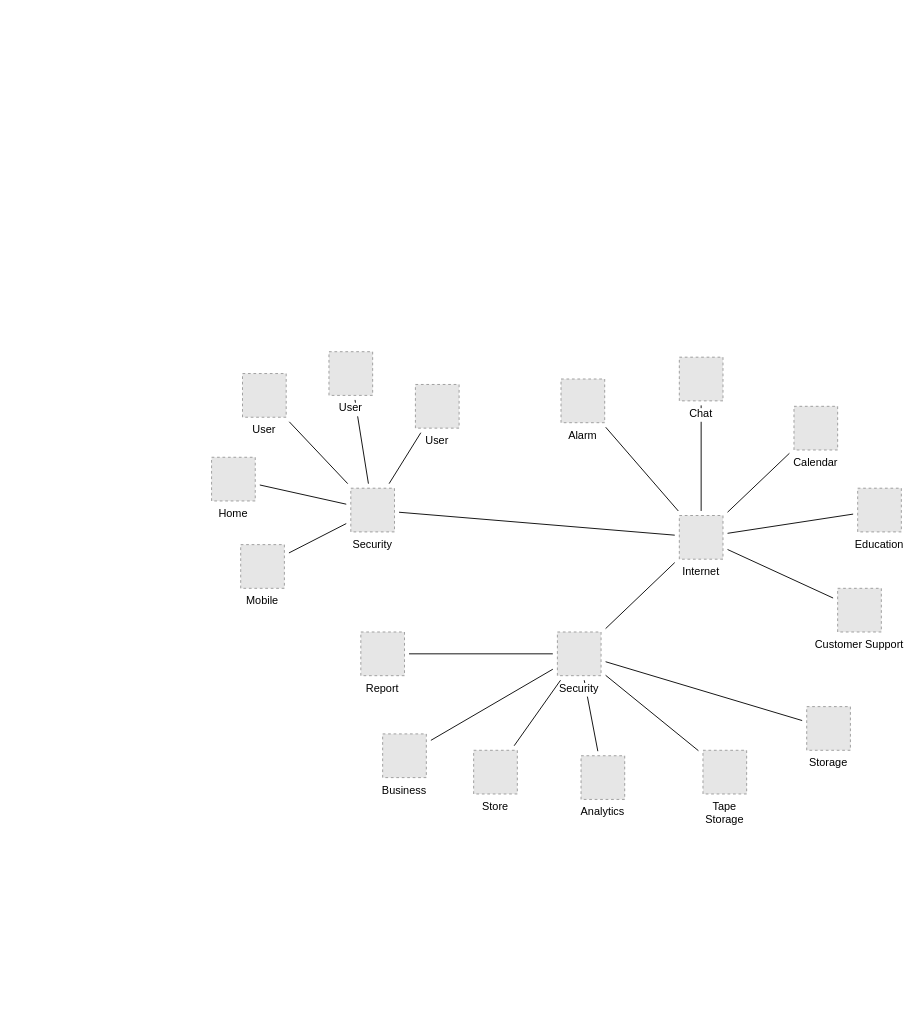
Before: Untitled Diagram.drawio in k5240/temple, a draw.io diagram. Source tidied: cells renumbered, new cells numbered last; positions are measured from the earlier drawing's top-left corner, leaving out a move shared by most shapes. Both pictures are drawn from the tidied source at 91%, with x=0, y=0 at pixel (211, 351). Pictures stored in the file or linked from it are replaced by grey dashed boxes.
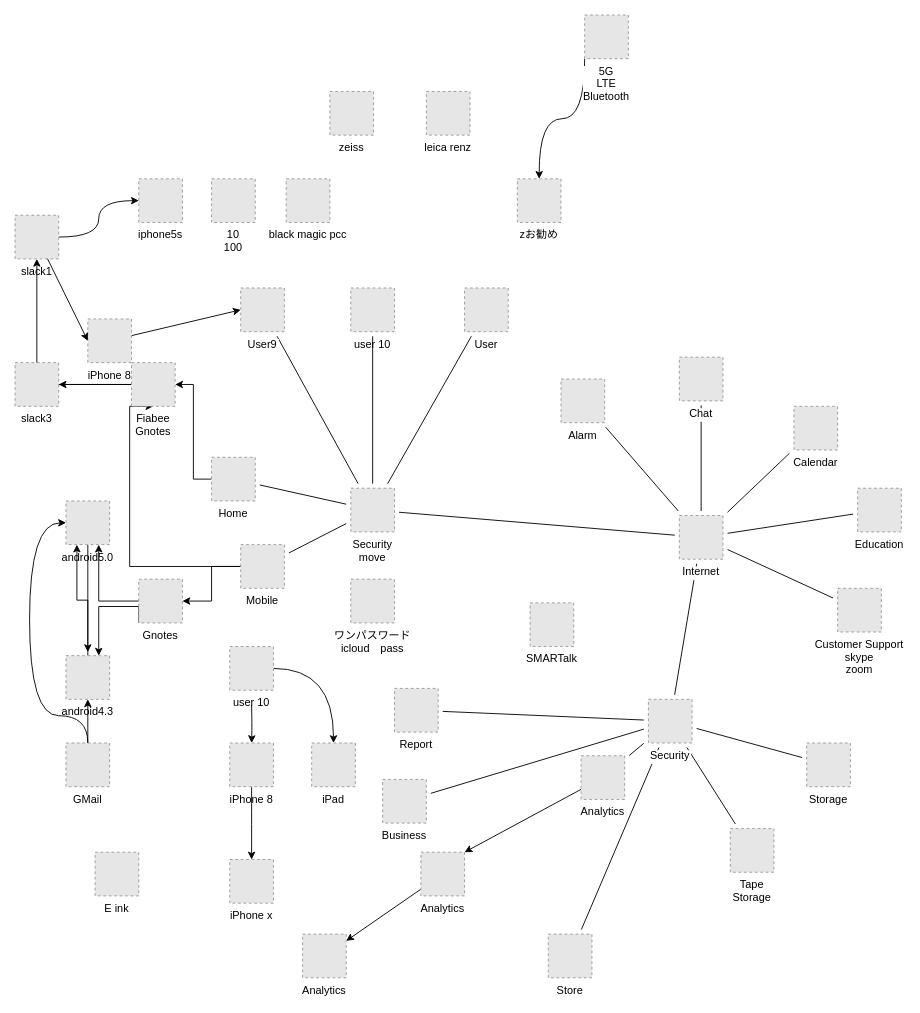
The same diagram, later.

Unchanged cells that the change refers to:
```xml
<mxCell id="21" value="Mobile" style="fillColor=#E6E6E6;strokeColor=#999999;dashed=1;verticalLabelPosition=bottom;verticalAlign=top;labelBackgroundColor=#ffffff;" parent="1" vertex="1">
  <mxGeometry x="32" y="212" width="48" height="48" as="geometry" />
</mxCell>
<mxCell id="24" value="Home" style="fillColor=#E6E6E6;strokeColor=#999999;dashed=1;verticalLabelPosition=bottom;verticalAlign=top;labelBackgroundColor=#ffffff;" parent="1" vertex="1">
  <mxGeometry y="116" width="48" height="48" as="geometry" />
</mxCell>
<mxCell id="33" value="Analytics" style="fillColor=#E6E6E6;strokeColor=#999999;dashed=1;verticalLabelPosition=bottom;verticalAlign=top;labelBackgroundColor=#ffffff;" parent="1" vertex="1">
  <mxGeometry x="406" y="444" width="48" height="48" as="geometry" />
</mxCell>
```

Change to the diagram source:
```diff
@@
-    <mxCell id="13" style="edgeStyle=none;rounded=0;jettySize=auto;html=1;sourcePerimeterSpacing=5;endArrow=none;endFill=0;targetPerimeterSpacing=5;" parent="1" edge="1" source="37" target="31">
-      <mxGeometry relative="1" as="geometry" />
+    <mxCell id="13" style="edgeStyle=none;rounded=0;jettySize=auto;html=1;sourcePerimeterSpacing=5;endArrow=none;endFill=0;targetPerimeterSpacing=5;" parent="1" edge="1" target="31">
+      <mxGeometry relative="1" as="geometry">
+        <mxPoint x="177" y="-17" as="sourcePoint" />
+      </mxGeometry>
     </mxCell>
@@
     <mxCell id="20" value="Tape&#10;Storage" style="fillColor=#E6E6E6;strokeColor=#999999;dashed=1;verticalLabelPosition=bottom;verticalAlign=top;labelBackgroundColor=#ffffff;" parent="1" vertex="1">
-      <mxGeometry x="540" y="438" width="48" height="48" as="geometry" />
+      <mxGeometry x="570" y="524" width="48" height="48" as="geometry" />
     </mxCell>
+    <mxCell id="39" style="edgeStyle=orthogonalEdgeStyle;rounded=0;jettySize=auto;html=1;" parent="1" edge="1" source="21" target="43">
+      <mxGeometry relative="1" as="geometry" />
+    </mxCell>
+    <mxCell id="40" style="edgeStyle=orthogonalEdgeStyle;rounded=0;jettySize=auto;html=1;entryX=0.5;entryY=1;entryDx=0;entryDy=0;" parent="1" edge="1" source="21" target="59">
+      <mxGeometry relative="1" as="geometry">
+        <Array as="points">
+          <mxPoint x="-90" y="236" />
+          <mxPoint x="-90" y="60" />
+        </Array>
+      </mxGeometry>
+    </mxCell>
@@
+    <mxCell id="41" style="edgeStyle=orthogonalEdgeStyle;rounded=0;jettySize=auto;html=1;exitX=0;exitY=1;exitDx=0;exitDy=0;entryX=0.75;entryY=0;entryDx=0;entryDy=0;" parent="1" edge="1" source="43" target="51">
+      <mxGeometry relative="1" as="geometry">
+        <Array as="points">
+          <mxPoint x="-80" y="280" />
+          <mxPoint x="-124" y="280" />
+        </Array>
+      </mxGeometry>
+    </mxCell>
+    <mxCell id="42" style="edgeStyle=orthogonalEdgeStyle;rounded=0;jettySize=auto;html=1;entryX=0.75;entryY=1;entryDx=0;entryDy=0;" parent="1" edge="1" source="43" target="53">
+      <mxGeometry relative="1" as="geometry" />
+    </mxCell>
+    <mxCell id="43" value="Gnotes" style="fillColor=#E6E6E6;strokeColor=#999999;dashed=1;verticalLabelPosition=bottom;verticalAlign=top;labelBackgroundColor=#ffffff;" parent="1" vertex="1">
+      <mxGeometry x="-80" y="250" width="48" height="48" as="geometry" />
+    </mxCell>
@@
-    <mxCell id="23" value="Customer Support" style="fillColor=#E6E6E6;strokeColor=#999999;dashed=1;verticalLabelPosition=bottom;verticalAlign=top;labelBackgroundColor=#ffffff;" parent="1" vertex="1">
+    <mxCell id="23" value="Customer Support&#10;skype&#10;zoom" style="fillColor=#E6E6E6;strokeColor=#999999;dashed=1;verticalLabelPosition=bottom;verticalAlign=top;labelBackgroundColor=#ffffff;" parent="1" vertex="1">
       <mxGeometry x="688" y="260" width="48" height="48" as="geometry" />
     </mxCell>
+    <mxCell id="44" style="edgeStyle=orthogonalEdgeStyle;rounded=0;jettySize=auto;html=1;entryX=1;entryY=0.5;entryDx=0;entryDy=0;" parent="1" edge="1" source="24" target="59">
+      <mxGeometry relative="1" as="geometry" />
+    </mxCell>
@@
     <mxCell id="27" value="Business" style="fillColor=#E6E6E6;strokeColor=#999999;dashed=1;verticalLabelPosition=bottom;verticalAlign=top;labelBackgroundColor=#ffffff;" parent="1" vertex="1">
-      <mxGeometry x="188" y="420" width="48" height="48" as="geometry" />
+      <mxGeometry x="188" y="470" width="48" height="48" as="geometry" />
     </mxCell>
     <mxCell id="28" value="Report" style="fillColor=#E6E6E6;strokeColor=#999999;dashed=1;verticalLabelPosition=bottom;verticalAlign=top;labelBackgroundColor=#ffffff;" parent="1" vertex="1">
-      <mxGeometry x="164" y="308" width="48" height="48" as="geometry" />
+      <mxGeometry x="201" y="370" width="48" height="48" as="geometry" />
     </mxCell>
     <mxCell id="29" value="Storage" style="fillColor=#E6E6E6;strokeColor=#999999;dashed=1;verticalLabelPosition=bottom;verticalAlign=top;labelBackgroundColor=#ffffff;" parent="1" vertex="1">
-      <mxGeometry x="654" y="390" width="48" height="48" as="geometry" />
+      <mxGeometry x="654" y="430" width="48" height="48" as="geometry" />
     </mxCell>
@@
-    <mxCell id="31" value="Security" style="fillColor=#E6E6E6;strokeColor=#999999;dashed=1;verticalLabelPosition=bottom;verticalAlign=top;labelBackgroundColor=#ffffff;" parent="1" vertex="1">
+    <mxCell id="31" value="Security&#10;move" style="fillColor=#E6E6E6;strokeColor=#999999;dashed=1;verticalLabelPosition=bottom;verticalAlign=top;labelBackgroundColor=#ffffff;" parent="1" vertex="1">
       <mxGeometry x="153" y="150" width="48" height="48" as="geometry" />
     </mxCell>
@@
+    <mxCell id="45" style="edgeStyle=none;rounded=0;jettySize=auto;html=1;entryX=1;entryY=0;entryDx=0;entryDy=0;" parent="1" edge="1" source="33" target="47">
+      <mxGeometry relative="1" as="geometry" />
+    </mxCell>
@@
+    <mxCell id="46" style="edgeStyle=none;rounded=0;jettySize=auto;html=1;" parent="1" edge="1" source="47" target="48">
+      <mxGeometry relative="1" as="geometry" />
+    </mxCell>
+    <mxCell id="47" value="Analytics" style="fillColor=#E6E6E6;strokeColor=#999999;dashed=1;verticalLabelPosition=bottom;verticalAlign=top;labelBackgroundColor=#ffffff;" parent="1" vertex="1">
+      <mxGeometry x="230" y="550" width="48" height="48" as="geometry" />
+    </mxCell>
+    <mxCell id="48" value="Analytics" style="fillColor=#E6E6E6;strokeColor=#999999;dashed=1;verticalLabelPosition=bottom;verticalAlign=top;labelBackgroundColor=#ffffff;" parent="1" vertex="1">
+      <mxGeometry x="100" y="640" width="48" height="48" as="geometry" />
+    </mxCell>
     <mxCell id="34" value="Store" style="fillColor=#E6E6E6;strokeColor=#999999;dashed=1;verticalLabelPosition=bottom;verticalAlign=top;labelBackgroundColor=#ffffff;" parent="1" vertex="1">
-      <mxGeometry x="288" y="438" width="48" height="48" as="geometry" />
+      <mxGeometry x="370" y="640" width="48" height="48" as="geometry" />
     </mxCell>
-    <mxCell id="35" value="User" style="fillColor=#E6E6E6;strokeColor=#999999;dashed=1;verticalLabelPosition=bottom;verticalAlign=top;labelBackgroundColor=#ffffff;" parent="1" vertex="1">
-      <mxGeometry x="34" y="24" width="48" height="48" as="geometry" />
+    <mxCell id="35" value="User9" style="fillColor=#E6E6E6;strokeColor=#999999;dashed=1;verticalLabelPosition=bottom;verticalAlign=top;labelBackgroundColor=#ffffff;" parent="1" vertex="1">
+      <mxGeometry x="32" y="-70" width="48" height="48" as="geometry" />
     </mxCell>
     <mxCell id="36" value="User" style="fillColor=#E6E6E6;strokeColor=#999999;dashed=1;verticalLabelPosition=bottom;verticalAlign=top;labelBackgroundColor=#ffffff;" parent="1" vertex="1">
-      <mxGeometry x="224" y="36" width="48" height="48" as="geometry" />
+      <mxGeometry x="278" y="-70" width="48" height="48" as="geometry" />
     </mxCell>
-    <mxCell id="37" value="User" style="fillColor=#E6E6E6;strokeColor=#999999;dashed=1;verticalLabelPosition=bottom;verticalAlign=top;labelBackgroundColor=#ffffff;" parent="1" vertex="1">
-      <mxGeometry x="129" width="48" height="48" as="geometry" />
-    </mxCell>
     <mxCell id="38" value="Security" style="fillColor=#E6E6E6;strokeColor=#999999;dashed=1;verticalLabelPosition=bottom;verticalAlign=top;labelBackgroundColor=#ffffff;" parent="1" vertex="1">
-      <mxGeometry x="380" y="308" width="48" height="48" as="geometry" />
+      <mxGeometry x="480" y="382" width="48" height="48" as="geometry" />
     </mxCell>
+    <mxCell id="49" value="ワンパスワード&#10;icloud　pass" style="fillColor=#E6E6E6;strokeColor=#999999;dashed=1;verticalLabelPosition=bottom;verticalAlign=top;" parent="1" vertex="1">
+      <mxGeometry x="153" y="250" width="48" height="48" as="geometry" />
+    </mxCell>
+    <mxCell id="50" style="edgeStyle=orthogonalEdgeStyle;rounded=0;jettySize=auto;html=1;entryX=0.25;entryY=1;entryDx=0;entryDy=0;" parent="1" edge="1" source="51" target="53">
+      <mxGeometry relative="1" as="geometry" />
+    </mxCell>
+    <mxCell id="51" value="android4.3" style="fillColor=#E6E6E6;strokeColor=#999999;dashed=1;verticalLabelPosition=bottom;verticalAlign=top;" parent="1" vertex="1">
+      <mxGeometry x="-160" y="334" width="48" height="48" as="geometry" />
+    </mxCell>
+    <mxCell id="52" style="edgeStyle=orthogonalEdgeStyle;rounded=0;jettySize=auto;html=1;exitX=0.5;exitY=1;exitDx=0;exitDy=0;" parent="1" edge="1" source="53">
+      <mxGeometry relative="1" as="geometry">
+        <mxPoint x="-136" y="330" as="targetPoint" />
+      </mxGeometry>
+    </mxCell>
+    <mxCell id="53" value="android5.0" style="fillColor=#E6E6E6;strokeColor=#999999;dashed=1;verticalLabelPosition=bottom;verticalAlign=top;" parent="1" vertex="1">
+      <mxGeometry x="-160" y="164" width="48" height="48" as="geometry" />
+    </mxCell>
+    <mxCell id="54" style="edgeStyle=none;rounded=0;jettySize=auto;html=1;entryX=0;entryY=0.5;entryDx=0;entryDy=0;" parent="1" edge="1" source="70" target="35">
+      <mxGeometry relative="1" as="geometry" />
+    </mxCell>
+    <mxCell id="55" style="edgeStyle=orthogonalEdgeStyle;curved=1;rounded=0;jettySize=auto;html=1;entryX=0;entryY=0.5;entryDx=0;entryDy=0;" parent="1" edge="1" source="56" target="78">
+      <mxGeometry relative="1" as="geometry" />
+    </mxCell>
+    <mxCell id="56" value="slack1" style="fillColor=#E6E6E6;strokeColor=#999999;dashed=1;verticalLabelPosition=bottom;verticalAlign=top;" parent="1" vertex="1">
+      <mxGeometry x="-216" y="-150" width="48" height="48" as="geometry" />
+    </mxCell>
+    <mxCell id="57" style="edgeStyle=orthogonalEdgeStyle;rounded=0;jettySize=auto;html=1;" parent="1" edge="1" source="59" target="56">
+      <mxGeometry relative="1" as="geometry" />
+    </mxCell>
+    <mxCell id="58" style="edgeStyle=orthogonalEdgeStyle;rounded=0;jettySize=auto;html=1;" parent="1" edge="1" source="59" target="60">
+      <mxGeometry relative="1" as="geometry" />
+    </mxCell>
+    <mxCell id="59" value="Fiabee&#10;Gnotes" style="fillColor=#E6E6E6;strokeColor=#999999;dashed=1;verticalLabelPosition=bottom;verticalAlign=top;" parent="1" vertex="1">
+      <mxGeometry x="-88" y="12" width="48" height="48" as="geometry" />
+    </mxCell>
+    <mxCell id="60" value="slack3" style="fillColor=#E6E6E6;strokeColor=#999999;dashed=1;verticalLabelPosition=bottom;verticalAlign=top;" parent="1" vertex="1">
+      <mxGeometry x="-216" y="12" width="48" height="48" as="geometry" />
+    </mxCell>
+    <mxCell id="61" value="SMARTalk" style="fillColor=#E6E6E6;strokeColor=#999999;dashed=1;verticalLabelPosition=bottom;verticalAlign=top;" parent="1" vertex="1">
+      <mxGeometry x="350" y="276" width="48" height="48" as="geometry" />
+    </mxCell>
+    <mxCell id="62" style="edgeStyle=none;rounded=0;jettySize=auto;html=1;" parent="1" edge="1" source="64" target="51">
+      <mxGeometry relative="1" as="geometry" />
+    </mxCell>
+    <mxCell id="63" style="edgeStyle=orthogonalEdgeStyle;rounded=0;jettySize=auto;html=1;curved=1;entryX=0;entryY=0.5;entryDx=0;entryDy=0;" parent="1" edge="1" source="64" target="53">
+      <mxGeometry relative="1" as="geometry">
+        <Array as="points">
+          <mxPoint x="-136" y="400" />
+          <mxPoint x="-200" y="400" />
+          <mxPoint x="-200" y="188" />
+        </Array>
+      </mxGeometry>
+    </mxCell>
+    <mxCell id="64" value="GMail" style="fillColor=#E6E6E6;strokeColor=#999999;dashed=1;verticalLabelPosition=bottom;verticalAlign=top;" parent="1" vertex="1">
+      <mxGeometry x="-160" y="430" width="48" height="48" as="geometry" />
+    </mxCell>
+    <mxCell id="65" style="edgeStyle=orthogonalEdgeStyle;curved=1;rounded=0;jettySize=auto;html=1;" parent="1" edge="1" source="66" target="67">
+      <mxGeometry relative="1" as="geometry" />
+    </mxCell>
+    <mxCell id="66" value="iPhone 8" style="fillColor=#E6E6E6;strokeColor=#999999;dashed=1;verticalLabelPosition=bottom;verticalAlign=top;" parent="1" vertex="1">
+      <mxGeometry x="20" y="430" width="48" height="48" as="geometry" />
+    </mxCell>
+    <mxCell id="67" value="iPhone x" style="fillColor=#E6E6E6;strokeColor=#999999;dashed=1;verticalLabelPosition=bottom;verticalAlign=top;" parent="1" vertex="1">
+      <mxGeometry x="20" y="558" width="48" height="48" as="geometry" />
+    </mxCell>
+    <mxCell id="68" value="iPad" style="fillColor=#E6E6E6;strokeColor=#999999;dashed=1;verticalLabelPosition=bottom;verticalAlign=top;" parent="1" vertex="1">
+      <mxGeometry x="110" y="430" width="48" height="48" as="geometry" />
+    </mxCell>
+    <mxCell id="69" value="E ink" style="fillColor=#E6E6E6;strokeColor=#999999;dashed=1;verticalLabelPosition=bottom;verticalAlign=top;" parent="1" vertex="1">
+      <mxGeometry x="-128" y="550" width="48" height="48" as="geometry" />
+    </mxCell>
+    <mxCell id="70" value="iPhone 8" style="fillColor=#E6E6E6;strokeColor=#999999;dashed=1;verticalLabelPosition=bottom;verticalAlign=top;" parent="1" vertex="1">
+      <mxGeometry x="-136" y="-36" width="48" height="48" as="geometry" />
+    </mxCell>
+    <mxCell id="71" style="edgeStyle=none;rounded=0;jettySize=auto;html=1;entryX=0;entryY=0.5;entryDx=0;entryDy=0;" parent="1" edge="1" source="56" target="70">
+      <mxGeometry relative="1" as="geometry" />
+    </mxCell>
+    <mxCell id="72" style="edgeStyle=orthogonalEdgeStyle;curved=1;rounded=0;jettySize=auto;html=1;" parent="1" edge="1" target="66">
+      <mxGeometry relative="1" as="geometry">
+        <mxPoint x="44" y="388" as="sourcePoint" />
+      </mxGeometry>
+    </mxCell>
+    <mxCell id="73" style="edgeStyle=orthogonalEdgeStyle;curved=1;rounded=0;jettySize=auto;html=1;" parent="1" edge="1" source="74" target="68">
+      <mxGeometry relative="1" as="geometry" />
+    </mxCell>
+    <mxCell id="74" value="user 10" style="fillColor=#E6E6E6;strokeColor=#999999;dashed=1;verticalLabelPosition=bottom;verticalAlign=top;" parent="1" vertex="1">
+      <mxGeometry x="20" y="324" width="48" height="48" as="geometry" />
+    </mxCell>
+    <mxCell id="75" value="user 10" style="fillColor=#E6E6E6;strokeColor=#999999;dashed=1;verticalLabelPosition=bottom;verticalAlign=top;" parent="1" vertex="1">
+      <mxGeometry x="153" y="-70" width="48" height="48" as="geometry" />
+    </mxCell>
+    <mxCell id="76" style="edgeStyle=orthogonalEdgeStyle;curved=1;rounded=0;jettySize=auto;html=1;exitX=0;exitY=1;exitDx=0;exitDy=0;" parent="1" edge="1" source="77" target="80">
+      <mxGeometry relative="1" as="geometry" />
+    </mxCell>
+    <mxCell id="77" value="5G&#10;LTE&#10;Bluetooth" style="fillColor=#E6E6E6;strokeColor=#999999;dashed=1;verticalLabelPosition=bottom;verticalAlign=top;labelBackgroundColor=#ffffff;" parent="1" vertex="1">
+      <mxGeometry x="410" y="-370" width="48" height="48" as="geometry" />
+    </mxCell>
+    <mxCell id="78" value="iphone5s" style="fillColor=#E6E6E6;strokeColor=#999999;dashed=1;verticalLabelPosition=bottom;verticalAlign=top;" parent="1" vertex="1">
+      <mxGeometry x="-80" y="-190" width="48" height="48" as="geometry" />
+    </mxCell>
+    <mxCell id="79" value="10&#10;100" style="fillColor=#E6E6E6;strokeColor=#999999;dashed=1;verticalLabelPosition=bottom;verticalAlign=top;" parent="1" vertex="1">
+      <mxGeometry y="-190" width="48" height="48" as="geometry" />
+    </mxCell>
+    <mxCell id="80" value="zお勧め" style="fillColor=#E6E6E6;strokeColor=#999999;dashed=1;verticalLabelPosition=bottom;verticalAlign=top;" parent="1" vertex="1">
+      <mxGeometry x="336" y="-190" width="48" height="48" as="geometry" />
+    </mxCell>
+    <mxCell id="81" value="leica renz" style="fillColor=#E6E6E6;strokeColor=#999999;dashed=1;verticalLabelPosition=bottom;verticalAlign=top;" parent="1" vertex="1">
+      <mxGeometry x="236" y="-286" width="48" height="48" as="geometry" />
+    </mxCell>
+    <mxCell id="82" value="black magic pcc" style="fillColor=#E6E6E6;strokeColor=#999999;dashed=1;verticalLabelPosition=bottom;verticalAlign=top;" parent="1" vertex="1">
+      <mxGeometry x="82" y="-190" width="48" height="48" as="geometry" />
+    </mxCell>
+    <mxCell id="83" value="zeiss" style="fillColor=#E6E6E6;strokeColor=#999999;dashed=1;verticalLabelPosition=bottom;verticalAlign=top;" parent="1" vertex="1">
+      <mxGeometry x="130" y="-286" width="48" height="48" as="geometry" />
+    </mxCell>
```
